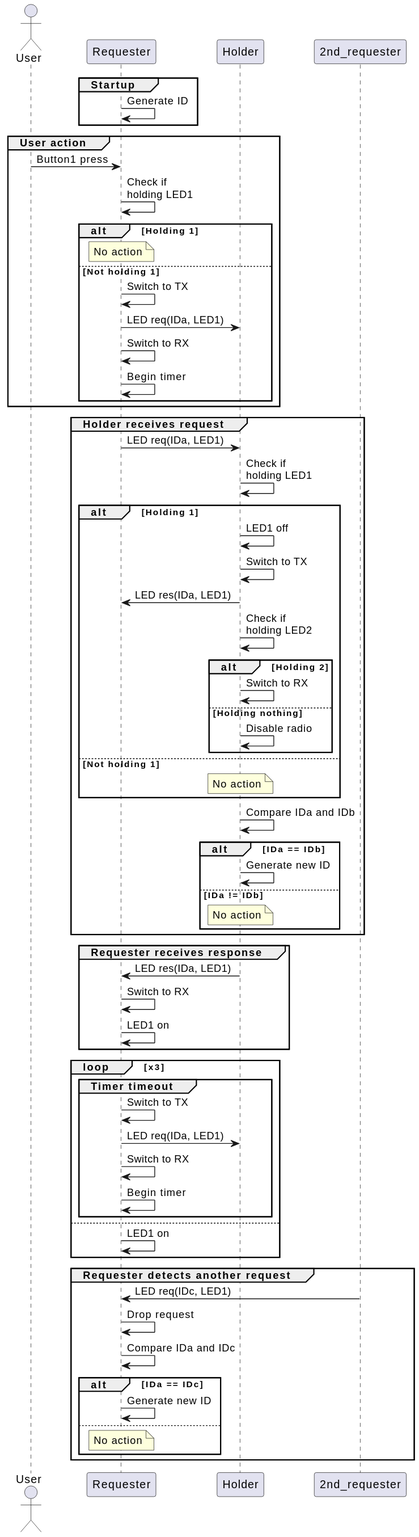
This is out/sequence-diagrams/sequence-diagram.svg from Beanspoon/pass_led, a PlantUML export, as it was before one commit.
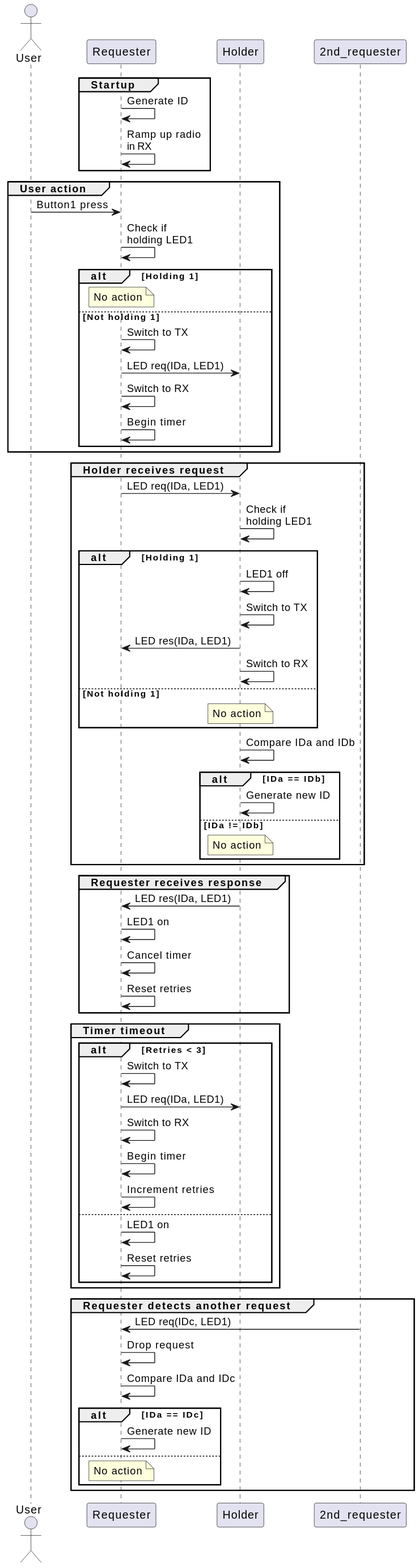
The same file after the commit.

Commit message:
Regenerate sequence diagrams

Diff of the diagram source:
```diff
@@ -7,6 +7,7 @@
 
 group Startup
     a -> a: Generate ID
+    a -> a: Ramp up radio\nin RX
 end
 
 group User action
@@ -32,14 +33,7 @@
         b -> b: LED1 off
         b -> b: Switch to TX
         b -> a: LED res(IDa, LED1)
-        b -> b: Check if\nholding LED2
-
-        alt Holding 2
-            b -> b: Switch to RX
-        else Holding nothing
-            b -> b: Disable radio
-        end
-
+        b -> b: Switch to RX
     else Not holding 1
         note over b: No action
     end
@@ -56,21 +50,24 @@
 
 group Requester receives response
     b -> a: LED res(IDa, LED1)
-    a -> a: Switch to RX
     a -> a: LED1 on
+    a -> a: Cancel timer
+    a -> a: Reset retries
 end
 
-loop x3
+group Timer timeout
 
-    group Timer timeout
+    alt Retries < 3
         a -> a: Switch to TX
         a -> b: LED req(IDa, LED1)
         a -> a: Switch to RX
         a -> a: Begin timer
+        a -> a: Increment retries
+    else
+        a -> a: LED1 on
+        a -> a: Reset retries
     end
 
-else
-    a -> a: LED1 on
 end
 
 group Requester detects another request
```
